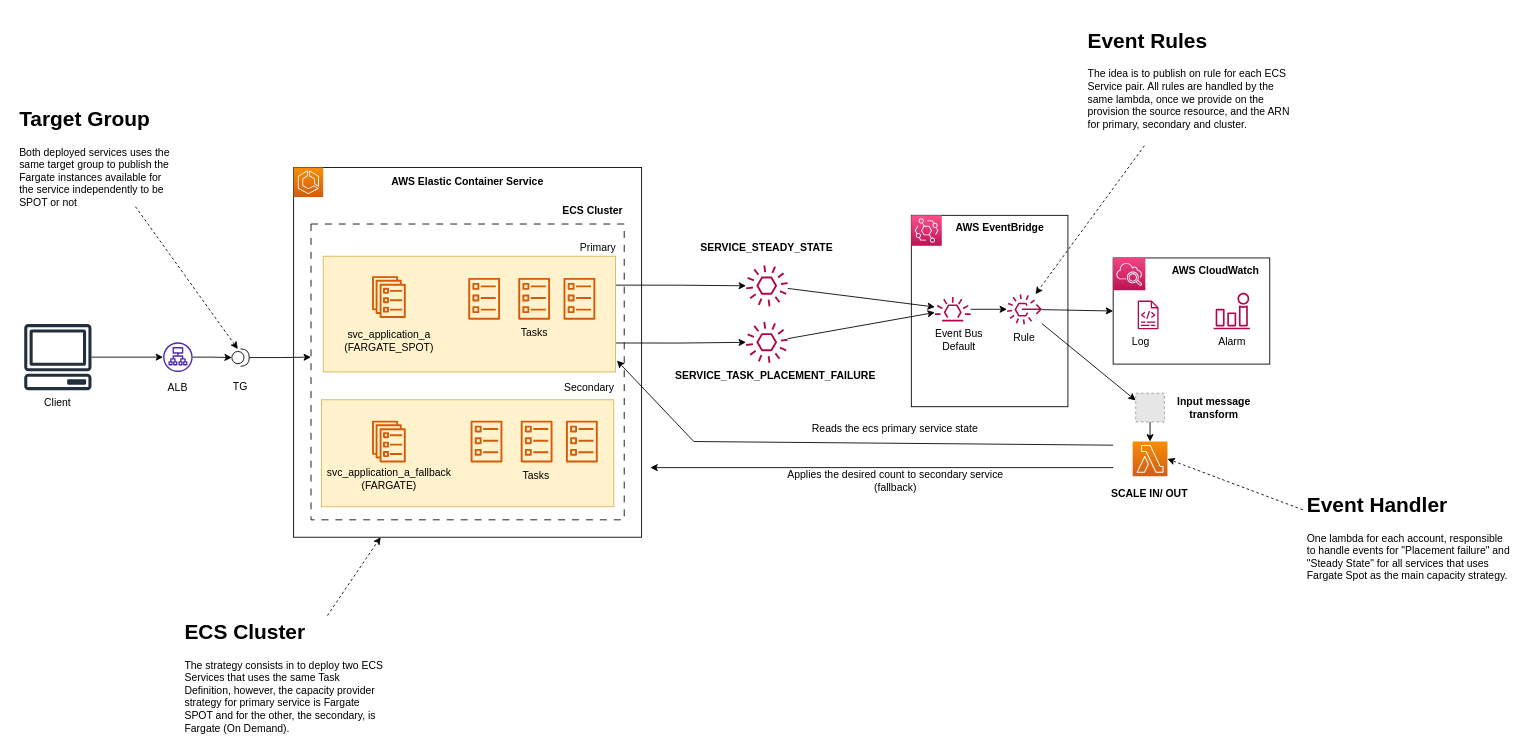
Earlier version of the draw.io diagram docs/diagrams.drawio (wfercosta/poc-ecs-fargate-spot-fallback). Source tidied: cells renumbered, new cells numbered last; positions are measured from the earlier drawing's top-left corner, leaving out a move shared by most shapes. Both pictures are drawn from the tidied source at 87%, with x=0, y=0 at pixel (15, 23). Pictures stored in the file or linked from it are replaced by grey dashed boxes.
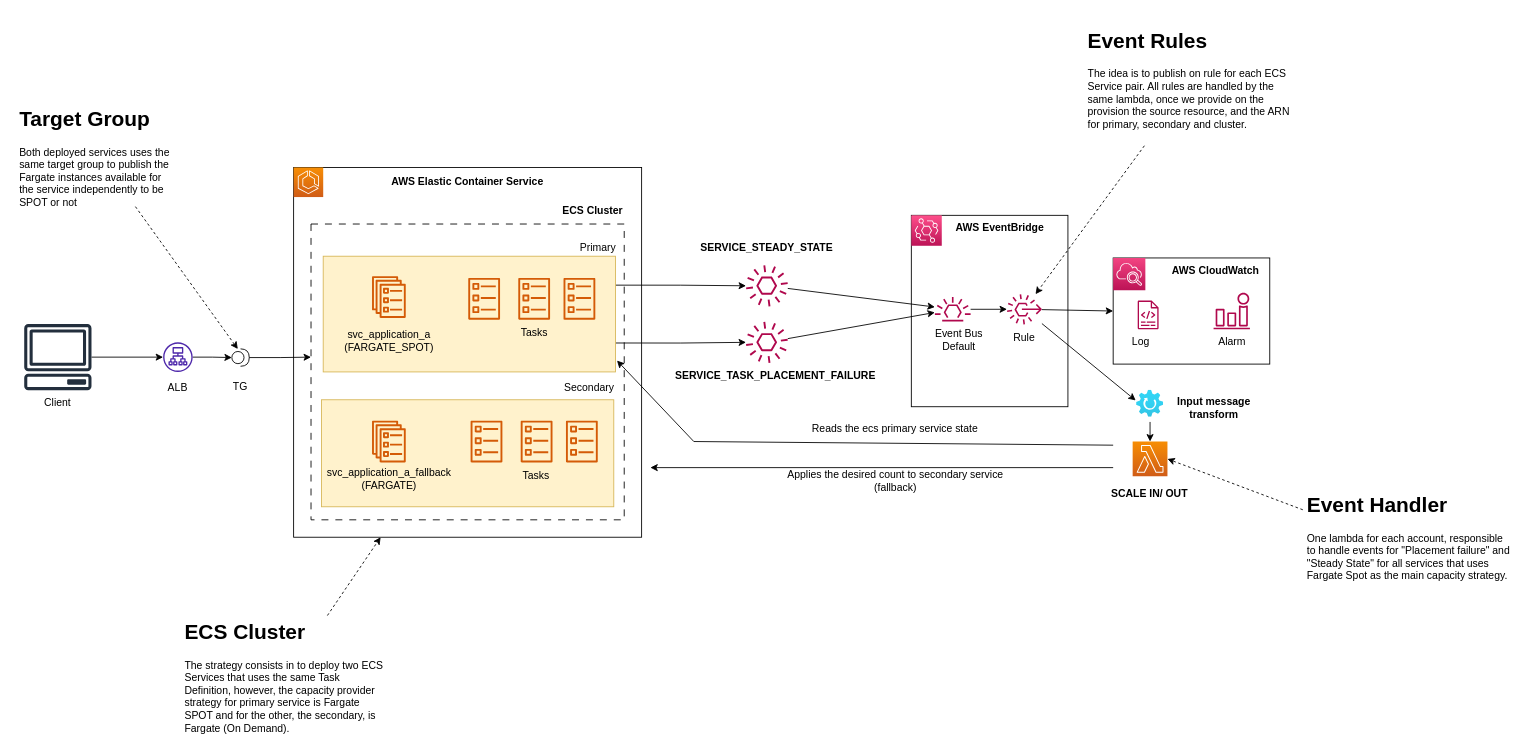
The same diagram, later.

The change refers to these unchanged cells:
```xml
<mxCell id="44" style="sketch=0;outlineConnect=0;fontColor=#232F3E;gradientColor=none;fillColor=#B0084D;strokeColor=none;dashed=0;verticalLabelPosition=bottom;verticalAlign=top;align=center;html=1;fontSize=12;fontStyle=0;shape=mxgraph.aws4.rule_3;" parent="1" vertex="1">
  <mxGeometry x="1140" y="310.5" width="40.1" height="35" as="geometry" />
</mxCell>
<mxCell id="52" style="sketch=0;points=[[0,0,0],[0.25,0,0],[0.5,0,0],[0.75,0,0],[1,0,0],[0,1,0],[0.25,1,0],[0.5,1,0],[0.75,1,0],[1,1,0],[0,0.25,0],[0,0.5,0],[0,0.75,0],[1,0.25,0],[1,0.5,0],[1,0.75,0]];outlineConnect=0;fontColor=#232F3E;gradientColor=#F78E04;gradientDirection=north;fillColor=#D05C17;strokeColor=#ffffff;dashed=0;verticalLabelPosition=bottom;verticalAlign=top;align=center;html=1;fontSize=12;fontStyle=0;shape=mxgraph.aws4.resourceIcon;resIcon=mxgraph.aws4.lambda;" parent="1" vertex="1">
  <mxGeometry x="1284.4" y="480" width="40" height="40" as="geometry" />
</mxCell>
```

The edit, as a diff of the source:
```diff
@@
-    <mxCell id="43" style="edgeStyle=none;rounded=0;jettySize=auto;html=1;entryX=0;entryY=0.25;entryDx=0;entryDy=0;" parent="1" edge="1" source="44" target="61">
-      <mxGeometry relative="1" as="geometry" />
+    <mxCell id="43" style="edgeStyle=none;rounded=0;jettySize=auto;html=1;entryX=0;entryY=0.25;entryDx=0;entryDy=0;" parent="1" edge="1" source="44">
+      <mxGeometry relative="1" as="geometry">
+        <mxPoint x="1287.9" y="432.8" as="targetPoint" />
+      </mxGeometry>
     </mxCell>
@@
-    <mxCell id="60" style="edgeStyle=none;rounded=0;jettySize=auto;html=1;entryX=0.5;entryY=0;entryDx=0;entryDy=0;entryPerimeter=0;" parent="1" edge="1" source="61" target="52">
-      <mxGeometry relative="1" as="geometry" />
+    <mxCell id="60" style="edgeStyle=none;rounded=0;jettySize=auto;html=1;entryX=0.5;entryY=0;entryDx=0;entryDy=0;entryPerimeter=0;" parent="1" edge="1" target="52">
+      <mxGeometry relative="1" as="geometry">
+        <mxPoint x="1304.4" y="457.5" as="sourcePoint" />
+      </mxGeometry>
     </mxCell>
-    <mxCell id="61" style="fillColor=#E6E6E6;strokeColor=#999999;dashed=1;html=1;verticalAlign=top;verticalLabelPosition=bottom;labelBackgroundColor=#ffffff;" parent="1" vertex="1">
-      <mxGeometry x="1287.9" y="424.5" width="33" height="33" as="geometry" />
-    </mxCell>
@@
+    <mxCell id="74" style="html=1;align=center;image;fontSize=12;image=img/lib/azure2/general/Gear.svg;" parent="1" vertex="1">
+      <mxGeometry x="1288.9" y="421" width="31" height="31" as="geometry" />
+    </mxCell>
```
